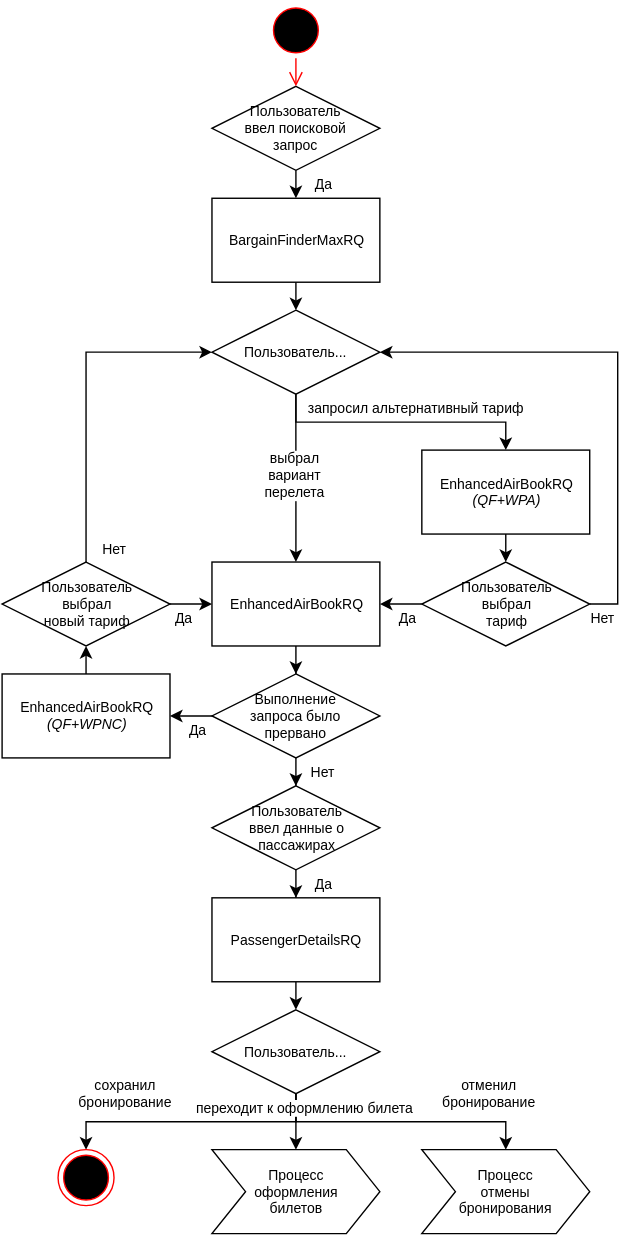
Earlier version of the draw.io export assets/svg/Search&Create Booking/[RU]Search&Create Booking-0.svg (andreypolyak/sabre-apis-ru). Source tidied: cells renumbered, new cells last; positions are measured from the earlier drawing's top-left corner, leaving out a move shared by most shapes.
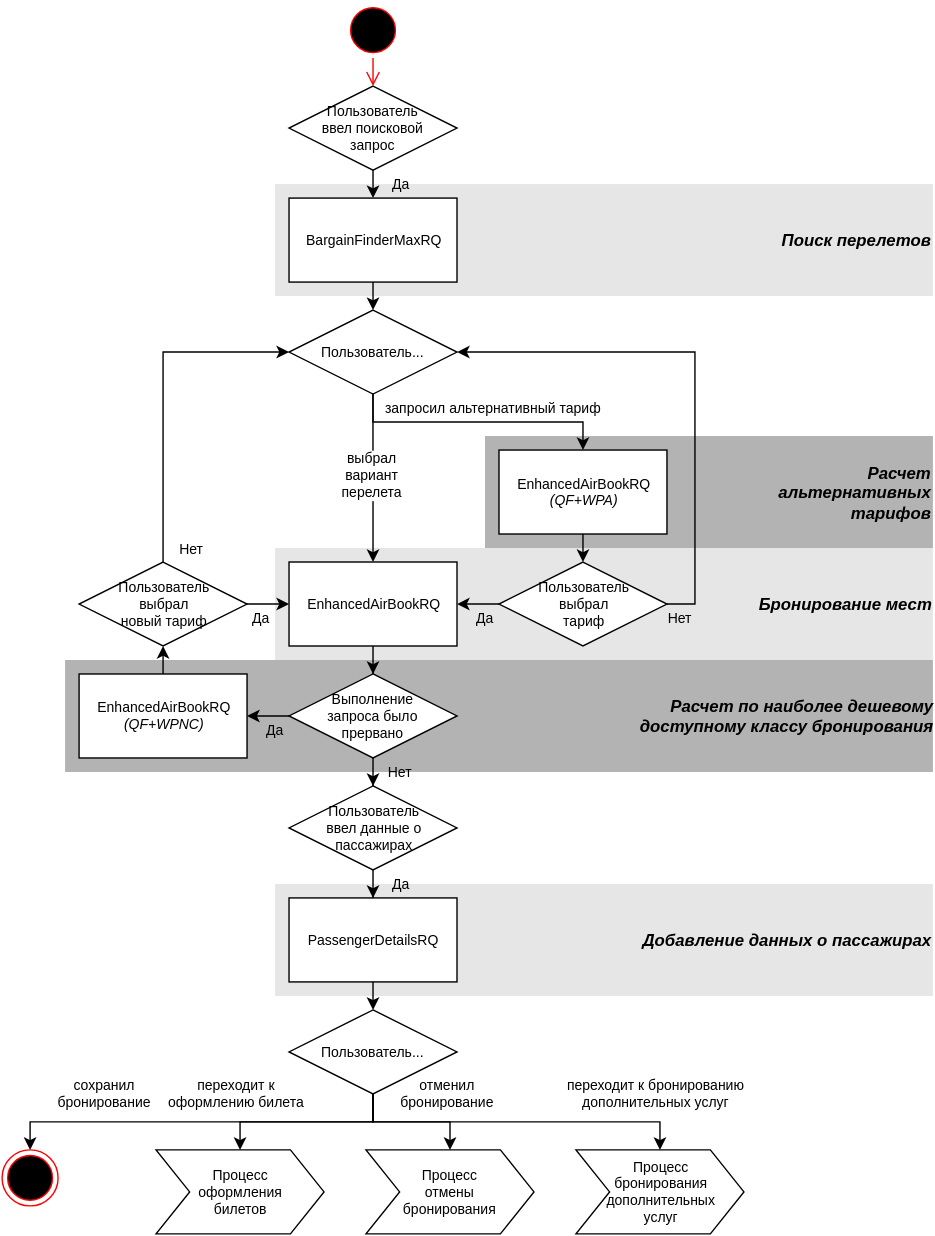
After the commit.

Diff of the diagram source:
```diff
@@ -2,7 +2,22 @@
   <root>
     <mxCell id="0" />
     <mxCell id="1" parent="0" />
+    <mxCell id="38" value="&lt;div style=&quot;text-align: right&quot;&gt;&lt;i style=&quot;font-size: 12px ; line-height: 1.2&quot;&gt;&lt;b&gt;Добавление данных о пассажирах&lt;/b&gt;&lt;/i&gt;&lt;/div&gt;" style="whiteSpace=wrap;html=1;fillColor=#E6E6E6;fontSize=10;strokeColor=none;align=right;" parent="1" vertex="1">
+      <mxGeometry x="140" y="630" width="470" height="80" as="geometry" />
+    </mxCell>
+    <mxCell id="39" value="&lt;div style=&quot;text-align: right&quot;&gt;&lt;span style=&quot;line-height: 1.2&quot;&gt;&lt;font style=&quot;font-size: 12px&quot;&gt;&lt;i&gt;&lt;b&gt;Расчет по наиболее дешевому&lt;/b&gt;&lt;/i&gt;&lt;/font&gt;&lt;/span&gt;&lt;/div&gt;&lt;div style=&quot;text-align: right&quot;&gt;&lt;span style=&quot;line-height: 1.2&quot;&gt;&lt;font style=&quot;font-size: 12px&quot;&gt;&lt;i&gt;&lt;b&gt;доступному классу бронирования&lt;/b&gt;&lt;/i&gt;&lt;/font&gt;&lt;/span&gt;&lt;/div&gt;" style="whiteSpace=wrap;html=1;fillColor=#B3B3B3;fontSize=10;strokeColor=none;align=right;" parent="1" vertex="1">
+      <mxGeometry x="-10" y="470" width="620" height="80" as="geometry" />
+    </mxCell>
+    <mxCell id="40" value="&lt;div style=&quot;text-align: right&quot;&gt;&lt;span style=&quot;line-height: 1.2&quot;&gt;&lt;font style=&quot;font-size: 12px&quot;&gt;&lt;b&gt;&lt;i&gt;Бронирование мест&lt;/i&gt;&lt;/b&gt;&lt;/font&gt;&lt;/span&gt;&lt;/div&gt;" style="whiteSpace=wrap;html=1;fillColor=#E6E6E6;fontSize=10;strokeColor=none;align=right;" parent="1" vertex="1">
+      <mxGeometry x="140" y="390" width="470" height="80" as="geometry" />
+    </mxCell>
+    <mxCell id="41" value="&lt;div style=&quot;text-align: right&quot;&gt;&lt;span&gt;&lt;b&gt;&lt;i&gt;&lt;font style=&quot;font-size: 12px&quot;&gt;Расчет&lt;/font&gt;&lt;/i&gt;&lt;/b&gt;&lt;/span&gt;&lt;/div&gt;&lt;div style=&quot;text-align: right&quot;&gt;&lt;span&gt;&lt;b&gt;&lt;i&gt;&lt;font style=&quot;font-size: 12px&quot;&gt;альтернативных&lt;/font&gt;&lt;/i&gt;&lt;/b&gt;&lt;/span&gt;&lt;/div&gt;&lt;div style=&quot;text-align: right&quot;&gt;&lt;span&gt;&lt;b&gt;&lt;i&gt;&lt;font style=&quot;font-size: 12px&quot;&gt;тарифов&lt;/font&gt;&lt;/i&gt;&lt;/b&gt;&lt;/span&gt;&lt;br&gt;&lt;/div&gt;" style="whiteSpace=wrap;html=1;fillColor=#B3B3B3;fontSize=10;strokeColor=none;align=right;" parent="1" vertex="1">
+      <mxGeometry x="290" y="310" width="320" height="80" as="geometry" />
+    </mxCell>
+    <mxCell id="42" value="&lt;div style=&quot;text-align: right&quot;&gt;&lt;font style=&quot;font-size: 12px&quot;&gt;&lt;i&gt;&lt;b&gt;Поиск перелетов&lt;/b&gt;&lt;/i&gt;&lt;/font&gt;&lt;/div&gt;" style="whiteSpace=wrap;html=1;fillColor=#E6E6E6;fontSize=10;strokeColor=none;align=right;" parent="1" vertex="1">
+      <mxGeometry x="140" y="130" width="470" height="80" as="geometry" />
+    </mxCell>
-    <mxCell id="2" value="Да" style="edgeStyle=orthogonalEdgeStyle;rounded=0;html=1;exitX=0.5;exitY=1;entryX=0.5;entryY=0;jettySize=auto;fontSize=10;" parent="1" edge="1" target="3">
+    <mxCell id="2" value="Да" style="edgeStyle=orthogonalEdgeStyle;rounded=0;html=1;exitX=0.5;exitY=1;entryX=0.5;entryY=0;jettySize=auto;fontSize=10;labelBackgroundColor=none;" parent="1" edge="1" target="3">
       <mxGeometry y="20" relative="1" as="geometry">
         <mxPoint x="210" y="120" as="sourcePoint" />
       </mxGeometry>
@@ -35,7 +50,7 @@
         <mxPoint x="209.9" y="276.2" as="sourcePoint" />
       </mxGeometry>
     </mxCell>
-    <mxCell id="11" value="запросил&amp;nbsp;&lt;span style=&quot;line-height: 1.2&quot;&gt;альтернативный&amp;nbsp;&lt;/span&gt;&lt;span style=&quot;line-height: 1.2&quot;&gt;тариф&lt;/span&gt;" style="edgeStyle=orthogonalEdgeStyle;rounded=0;html=1;exitX=0.5;exitY=1;jettySize=auto;fontSize=10;entryX=0.5;entryY=0;" parent="1" edge="1" source="12" target="22">
+    <mxCell id="11" value="запросил&amp;nbsp;&lt;span style=&quot;line-height: 1.2&quot;&gt;альтернативный&amp;nbsp;&lt;/span&gt;&lt;span style=&quot;line-height: 1.2&quot;&gt;тариф&lt;/span&gt;" style="edgeStyle=orthogonalEdgeStyle;rounded=0;html=1;exitX=0.5;exitY=1;jettySize=auto;fontSize=10;entryX=0.5;entryY=0;labelBackgroundColor=none;" parent="1" edge="1" source="12" target="22">
       <mxGeometry x="0.16" y="10" relative="1" as="geometry">
         <Array as="points">
           <mxPoint x="210" y="300" />
@@ -46,10 +61,10 @@
     <mxCell id="12" value="Пользователь..." style="rhombus;whiteSpace=wrap;html=1;rounded=0;fontSize=10;" parent="1" vertex="1">
       <mxGeometry x="150" y="220" width="120" height="60" as="geometry" />
     </mxCell>
-    <mxCell id="13" value="Нет" style="edgeStyle=orthogonalEdgeStyle;rounded=0;html=1;exitX=1;exitY=0.5;entryX=1;entryY=0.5;jettySize=auto;fontSize=10;" parent="1" edge="1" source="15" target="12">
+    <mxCell id="13" value="Нет" style="edgeStyle=orthogonalEdgeStyle;rounded=0;html=1;exitX=1;exitY=0.5;entryX=1;entryY=0.5;jettySize=auto;fontSize=10;labelBackgroundColor=none;" parent="1" edge="1" source="15" target="12">
       <mxGeometry x="-0.95" y="-10" relative="1" as="geometry" />
     </mxCell>
-    <mxCell id="14" value="Да" style="edgeStyle=orthogonalEdgeStyle;rounded=0;html=1;exitX=0;exitY=0.5;jettySize=auto;fontSize=10;" parent="1" edge="1" source="15">
+    <mxCell id="14" value="Да" style="edgeStyle=orthogonalEdgeStyle;rounded=0;html=1;exitX=0;exitY=0.5;jettySize=auto;fontSize=10;labelBackgroundColor=none;" parent="1" edge="1" source="15">
       <mxGeometry x="-0.33" y="10" relative="1" as="geometry">
         <mxPoint x="270" y="430" as="targetPoint" />
       </mxGeometry>
@@ -57,33 +72,43 @@
     <mxCell id="15" value="Пользователь&lt;div&gt;выбрал&lt;div&gt;тариф&lt;/div&gt;&lt;/div&gt;" style="rhombus;whiteSpace=wrap;html=1;rounded=0;fontSize=10;" parent="1" vertex="1">
       <mxGeometry x="300" y="400" width="120" height="60" as="geometry" />
     </mxCell>
-    <mxCell id="16" value="Да" style="edgeStyle=orthogonalEdgeStyle;rounded=0;html=1;jettySize=auto;fontSize=10;exitX=0.5;exitY=1;" parent="1" edge="1" source="17" target="7">
+    <mxCell id="16" value="Да" style="edgeStyle=orthogonalEdgeStyle;rounded=0;html=1;jettySize=auto;fontSize=10;exitX=0.5;exitY=1;labelBackgroundColor=none;" parent="1" edge="1" source="17" target="7">
       <mxGeometry x="0.67" y="20" relative="1" as="geometry" />
     </mxCell>
     <mxCell id="17" value="Пользователь&lt;div&gt;ввел&amp;nbsp;&lt;span style=&quot;line-height: 1.2&quot;&gt;данные&amp;nbsp;&lt;/span&gt;&lt;span style=&quot;line-height: 1.2&quot;&gt;о&lt;/span&gt;&lt;/div&gt;&lt;div&gt;&lt;span style=&quot;line-height: 1.2&quot;&gt;пассажирах&lt;/span&gt;&lt;/div&gt;" style="rhombus;whiteSpace=wrap;html=1;rounded=0;fontSize=10;" parent="1" vertex="1">
       <mxGeometry x="150" y="560" width="120" height="60" as="geometry" />
     </mxCell>
-    <mxCell id="18" value="Нет" style="edgeStyle=orthogonalEdgeStyle;rounded=0;html=1;jettySize=auto;fontSize=10;exitX=0.5;exitY=1;" parent="1" edge="1" source="25" target="17">
+    <mxCell id="18" value="Нет" style="edgeStyle=orthogonalEdgeStyle;rounded=0;html=1;jettySize=auto;fontSize=10;exitX=0.5;exitY=1;labelBackgroundColor=none;" parent="1" edge="1" source="25" target="17">
       <mxGeometry x="0.67" y="20" relative="1" as="geometry" />
     </mxCell>
-    <mxCell id="19" value="отменил&lt;div&gt;бронирование&lt;/div&gt;" style="edgeStyle=orthogonalEdgeStyle;rounded=0;html=1;exitX=0.5;exitY=1;jettySize=auto;fontSize=10;entryX=0.5;entryY=0;" parent="1" edge="1" source="21">
-      <mxGeometry x="0.68" y="20" relative="1" as="geometry">
-        <mxPoint x="360" y="820" as="targetPoint" />
+    <mxCell id="19" value="отменил&lt;div&gt;бронирование&lt;/div&gt;" style="edgeStyle=orthogonalEdgeStyle;rounded=0;html=1;jettySize=auto;fontSize=10;entryX=0.5;entryY=0;exitX=0.5;exitY=1;" parent="1" edge="1" source="21">
+      <mxGeometry x="0.58" y="20" relative="1" as="geometry">
+        <mxPoint x="265" y="820" as="targetPoint" />
         <Array as="points">
           <mxPoint x="210" y="800" />
-          <mxPoint x="360" y="800" />
+          <mxPoint x="265" y="800" />
         </Array>
+        <mxPoint x="-20" y="-20" as="offset" />
       </mxGeometry>
     </mxCell>
     <mxCell id="20" value="сохранил&lt;div&gt;бронирование&lt;/div&gt;" style="edgeStyle=orthogonalEdgeStyle;rounded=0;html=1;exitX=0.5;exitY=1;jettySize=auto;fontSize=10;entryX=0.5;entryY=0;entryPerimeter=0;" parent="1" edge="1" source="21">
       <mxGeometry x="0.47" y="-20" relative="1" as="geometry">
-        <mxPoint x="60" y="820" as="targetPoint" />
+        <mxPoint x="-35" y="820" as="targetPoint" />
         <Array as="points">
           <mxPoint x="210" y="800" />
-          <mxPoint x="60" y="800" />
+          <mxPoint x="-35" y="800" />
         </Array>
       </mxGeometry>
     </mxCell>
+    <mxCell id="43" value="переходит к бронированию&lt;div&gt;дополнительных услуг&lt;/div&gt;" style="edgeStyle=orthogonalEdgeStyle;rounded=0;html=1;exitX=0.5;exitY=1;jettySize=auto;fontSize=10;" parent="1" edge="1" source="21" target="44">
+      <mxGeometry x="0.84" y="20" relative="1" as="geometry">
+        <Array as="points">
+          <mxPoint x="210" y="800" />
+          <mxPoint x="415" y="800" />
+        </Array>
+        <mxPoint x="-20" y="-20" as="offset" />
+      </mxGeometry>
+    </mxCell>
     <mxCell id="21" value="Пользователь..." style="rhombus;whiteSpace=wrap;html=1;rounded=0;fontSize=10;" parent="1" vertex="1">
       <mxGeometry x="150" y="720" width="120" height="60" as="geometry" />
     </mxCell>
@@ -93,7 +118,7 @@
     <mxCell id="23" value="Пользователь&lt;div&gt;ввел&amp;nbsp;&lt;span style=&quot;line-height: 1.2&quot;&gt;поисковой&lt;/span&gt;&lt;/div&gt;&lt;div&gt;&lt;span style=&quot;line-height: 1.2&quot;&gt;запрос&lt;/span&gt;&lt;/div&gt;" style="rhombus;whiteSpace=wrap;html=1;rounded=0;fontSize=10;" parent="1" vertex="1">
       <mxGeometry x="150" y="60" width="120" height="60" as="geometry" />
     </mxCell>
-    <mxCell id="24" value="Да" style="edgeStyle=orthogonalEdgeStyle;rounded=0;html=1;exitX=0;exitY=0.5;jettySize=auto;fontSize=10;" parent="1" edge="1" source="25" target="27">
+    <mxCell id="24" value="Да" style="edgeStyle=orthogonalEdgeStyle;rounded=0;html=1;exitX=0;exitY=0.5;jettySize=auto;fontSize=10;labelBackgroundColor=none;" parent="1" edge="1" source="25" target="27">
       <mxGeometry x="0.2" y="10" relative="1" as="geometry" />
     </mxCell>
     <mxCell id="25" value="Выполнение&lt;div&gt;запроса было&lt;/div&gt;&lt;div&gt;прервано&lt;/div&gt;" style="rhombus;whiteSpace=wrap;html=1;rounded=0;fontSize=10;" parent="1" vertex="1">
@@ -120,10 +145,10 @@
       <mxGeometry y="400" width="120" height="60" as="geometry" />
     </mxCell>
     <mxCell id="32" value="&lt;div style=&quot;text-align: center&quot;&gt;Процесс&lt;/div&gt;&lt;div style=&quot;text-align: center&quot;&gt;оформления&lt;/div&gt;&lt;div style=&quot;text-align: center&quot;&gt;билетов&lt;/div&gt;" style="shape=step;whiteSpace=wrap;html=1;rounded=0;fontSize=10;align=center;" parent="1" vertex="1">
-      <mxGeometry x="150" y="820" width="120" height="60" as="geometry" />
+      <mxGeometry x="55" y="820" width="120" height="60" as="geometry" />
     </mxCell>
     <mxCell id="33" value="&lt;div style=&quot;text-align: center&quot;&gt;Процесс&lt;/div&gt;&lt;div style=&quot;text-align: center&quot;&gt;отмены&lt;/div&gt;&lt;div style=&quot;text-align: center&quot;&gt;бронирования&lt;/div&gt;" style="shape=step;whiteSpace=wrap;html=1;rounded=0;fontSize=10;align=center;" parent="1" vertex="1">
-      <mxGeometry x="300" y="820" width="120" height="60" as="geometry" />
+      <mxGeometry x="205" y="820" width="120" height="60" as="geometry" />
     </mxCell>
     <mxCell id="34" style="ellipse;html=1;shape=startState;fillColor=#000000;strokeColor=#ff0000;rounded=0;fontSize=10;align=center;" parent="1" vertex="1">
       <mxGeometry x="190" width="40" height="40" as="geometry" />
@@ -132,12 +157,20 @@
       <mxGeometry relative="1" as="geometry" />
     </mxCell>
     <mxCell id="36" style="ellipse;html=1;shape=endState;fillColor=#000000;strokeColor=#ff0000;rounded=0;fontSize=10;align=center;" parent="1" vertex="1">
-      <mxGeometry x="40" y="820" width="40" height="40" as="geometry" />
+      <mxGeometry x="-55" y="820" width="40" height="40" as="geometry" />
     </mxCell>
-    <mxCell id="37" value="переходит к&amp;nbsp;&lt;span style=&quot;line-height: 1.2&quot;&gt;оформлению билета&lt;/span&gt;" style="edgeStyle=orthogonalEdgeStyle;rounded=0;html=1;exitX=0.5;exitY=1;entryX=0.5;entryY=0;jettySize=auto;fontSize=10;" parent="1" edge="1" source="21">
-      <mxGeometry x="-0.5" y="10" relative="1" as="geometry">
-        <mxPoint x="210" y="820" as="targetPoint" />
+    <mxCell id="37" value="переходит к&lt;div&gt;&lt;span style=&quot;line-height: 1.2&quot;&gt;оформлению билета&lt;/span&gt;&lt;/div&gt;" style="edgeStyle=orthogonalEdgeStyle;rounded=0;html=1;exitX=0.5;exitY=1;entryX=0.5;entryY=0;jettySize=auto;fontSize=10;" parent="1" edge="1" source="21">
+      <mxGeometry x="0.7" y="-20" relative="1" as="geometry">
+        <mxPoint x="115" y="820" as="targetPoint" />
+        <Array as="points">
+          <mxPoint x="210" y="800" />
+          <mxPoint x="115" y="800" />
+        </Array>
+        <mxPoint x="20" y="-20" as="offset" />
       </mxGeometry>
     </mxCell>
+    <mxCell id="44" value="Процесс&lt;div&gt;бронирования&lt;/div&gt;&lt;div&gt;дополнительных&lt;/div&gt;&lt;div&gt;услуг&lt;/div&gt;" style="shape=step;whiteSpace=wrap;html=1;rounded=0;fontSize=10;align=center;" parent="1" vertex="1">
+      <mxGeometry x="355" y="820" width="120" height="60" as="geometry" />
+    </mxCell>
   </root>
 </mxGraphModel>
```
